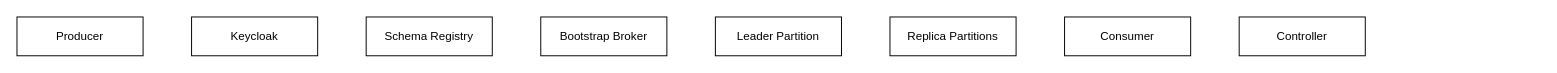
Above: Kafkaflow.drawio in adityadworkplace/kafkaflow (draw.io), before the change. Source tidied: cells renumbered, new cells numbered last; positions are measured from the earlier drawing's top-left corner, leaving out a move shared by most shapes. Both pictures are drawn from the tidied source at 97%, with x=0, y=0 at pixel (16, 16).
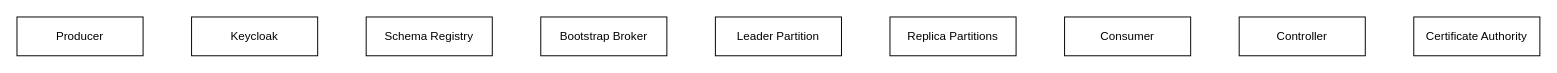
The same diagram, later.

What changed in the source:
```diff
@@
 <mxGraphModel>
   <root>
     <mxCell id="0" />
     <mxCell id="1" parent="0" />
     <mxCell id="2" value="Producer" style="rounded=0;whiteSpace=wrap;html=1;" parent="1" vertex="1">
       <mxGeometry width="130" height="40" as="geometry" />
     </mxCell>
     <mxCell id="3" value="Bootstrap&lt;span style=&quot;background-color: transparent; color: light-dark(rgb(0, 0, 0), rgb(255, 255, 255));&quot;&gt;&amp;nbsp;Broker&lt;/span&gt;" style="rounded=0;whiteSpace=wrap;html=1;" parent="1" vertex="1">
       <mxGeometry x="540" width="130" height="40" as="geometry" />
     </mxCell>
     <mxCell id="4" value="Leader Partition" style="rounded=0;whiteSpace=wrap;html=1;" parent="1" vertex="1">
       <mxGeometry x="720" width="130" height="40" as="geometry" />
     </mxCell>
     <mxCell id="5" value="Replica Partitions" style="rounded=0;whiteSpace=wrap;html=1;" parent="1" vertex="1">
       <mxGeometry x="900" width="130" height="40" as="geometry" />
     </mxCell>
     <mxCell id="6" value="Schema Registry" style="rounded=0;whiteSpace=wrap;html=1;" parent="1" vertex="1">
       <mxGeometry x="360" width="130" height="40" as="geometry" />
     </mxCell>
     <mxCell id="7" value="Keycloak" style="rounded=0;whiteSpace=wrap;html=1;" parent="1" vertex="1">
       <mxGeometry x="180" width="130" height="40" as="geometry" />
     </mxCell>
     <mxCell id="8" value="Consumer" style="rounded=0;whiteSpace=wrap;html=1;" parent="1" vertex="1">
       <mxGeometry x="1080" width="130" height="40" as="geometry" />
     </mxCell>
     <mxCell id="9" value="Controller" style="rounded=0;whiteSpace=wrap;html=1;" parent="1" vertex="1">
       <mxGeometry x="1260" width="130" height="40" as="geometry" />
     </mxCell>
+    <mxCell id="10" value="Certificate Authority" style="rounded=0;whiteSpace=wrap;html=1;" parent="1" vertex="1">
+      <mxGeometry x="1440" width="130" height="40" as="geometry" />
+    </mxCell>
   </root>
 </mxGraphModel>
```
